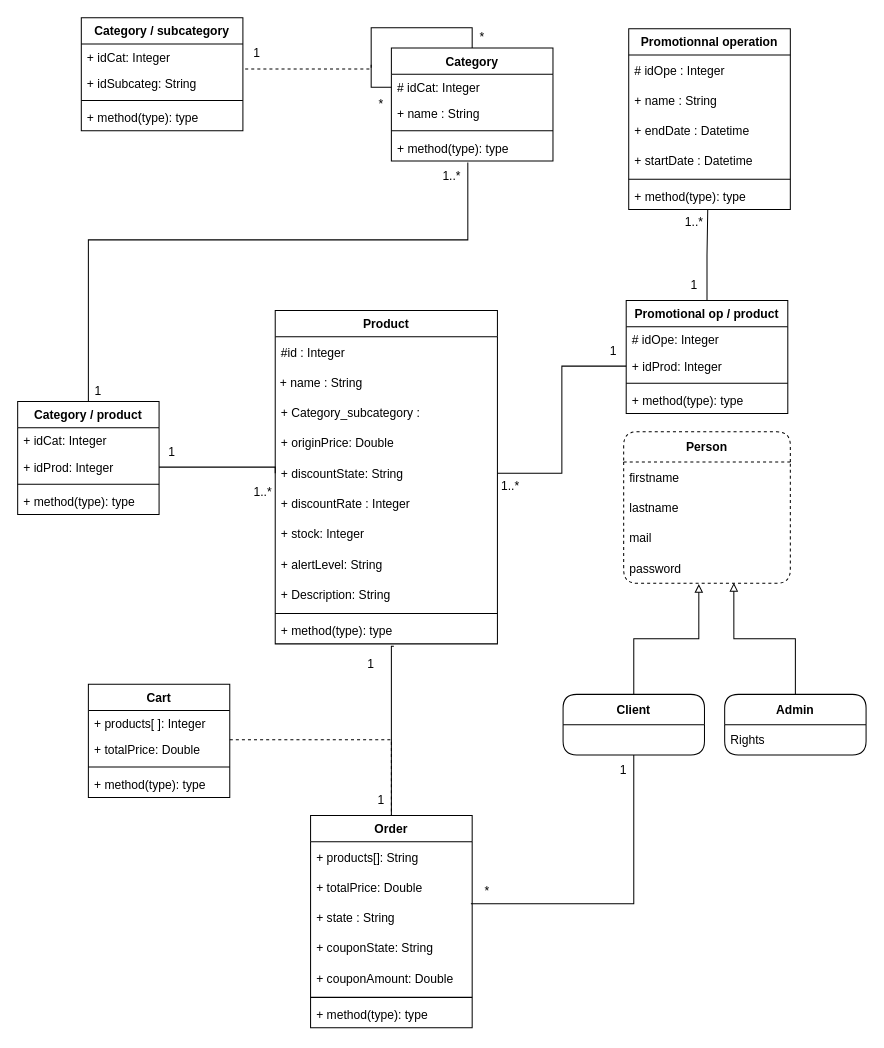
The draw.io diagram ptut8_DiagrammeDeClasse_V1.0.drawio in zbendd/ptut8, before the edit. Source tidied: cells renumbered, new cells numbered last; positions are measured from the earlier drawing's top-left corner, leaving out a move shared by most shapes. Both pictures are drawn from the tidied source at 101%, with x=0, y=0 at pixel (17, 17).
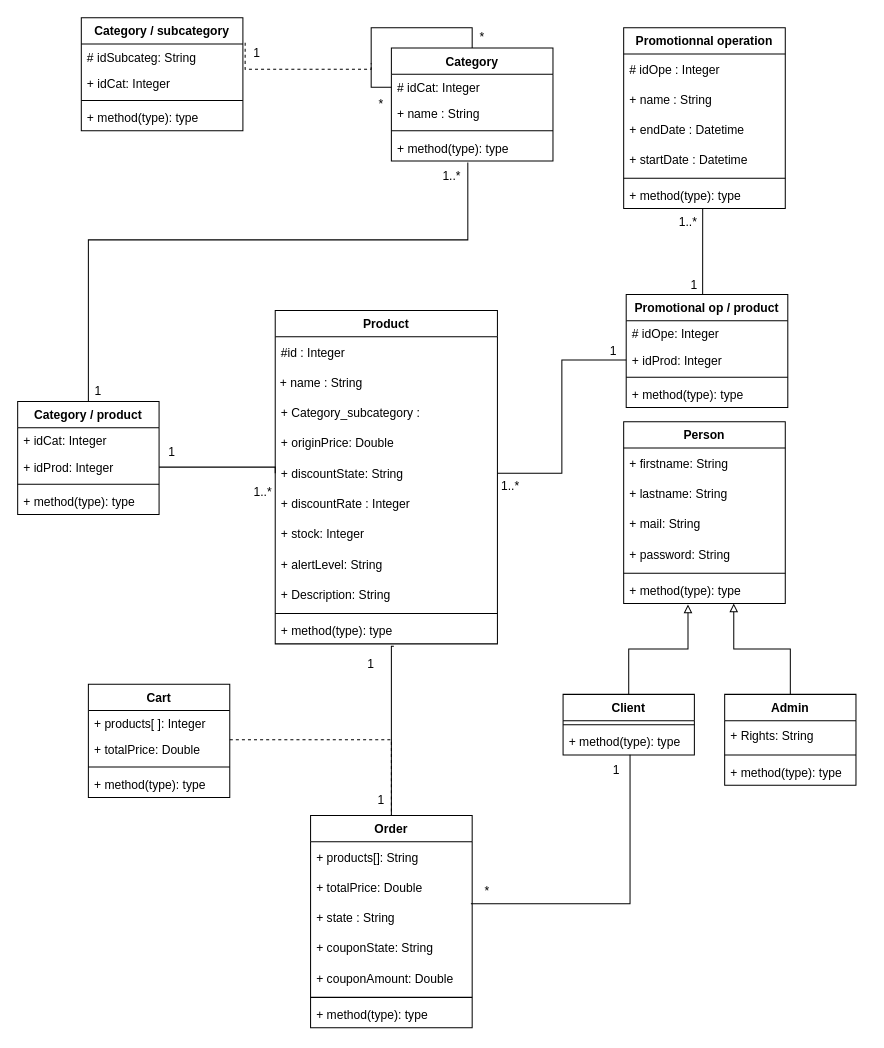
Above is the later version.

The change refers to these unchanged cells:
```xml
<mxCell id="46" value="+ method(type): type" style="text;strokeColor=none;fillColor=none;align=left;verticalAlign=top;spacingLeft=4;spacingRight=4;overflow=hidden;points=[[0,0.5],[1,0.5]];portConstraint=eastwest;" parent="40" vertex="1">
  <mxGeometry y="153" width="160" height="26" as="geometry" />
</mxCell>
<mxCell id="47" value="Category / subcategory" style="swimlane;fontStyle=1;align=center;verticalAlign=top;horizontal=1;startSize=26;" parent="1" vertex="1">
  <mxGeometry x="63" width="160" height="112" as="geometry" />
</mxCell>
<mxCell id="83" value="+ state : String" style="text;strokeColor=none;fillColor=none;align=left;verticalAlign=middle;spacingLeft=4;spacingRight=4;overflow=hidden;points=[[0,0.5],[1,0.5]];portConstraint=eastwest;" parent="80" vertex="1">
  <mxGeometry y="86" width="160" height="30" as="geometry" />
</mxCell>
```

Change to the diagram source:
```diff
@@
     <mxCell id="5" style="edgeStyle=orthogonalEdgeStyle;rounded=0;jettySize=auto;html=1;entryX=0.489;entryY=0.99;entryDx=0;entryDy=0;entryPerimeter=0;endArrow=none;endFill=0;exitX=0.5;exitY=0;exitDx=0;exitDy=0;" parent="1" edge="1" source="75" target="46">
-      <mxGeometry relative="1" as="geometry" />
+      <mxGeometry relative="1" as="geometry">
+        <Array as="points">
+          <mxPoint x="678" y="274" />
+        </Array>
+      </mxGeometry>
     </mxCell>
-    <mxCell id="6" value="Person" style="swimlane;fontStyle=1;horizontal=1;startSize=30;gradientColor=none;rounded=1;dashed=1;" parent="1" vertex="1">
-      <mxGeometry x="600" y="410" width="165" height="150" as="geometry" />
-    </mxCell>
-    <mxCell id="7" value="firstname" style="text;strokeColor=none;fillColor=none;align=left;verticalAlign=middle;spacingLeft=4;spacingRight=4;overflow=hidden;" parent="6" vertex="1">
-      <mxGeometry y="30" width="165" height="30" as="geometry" />
-    </mxCell>
-    <mxCell id="8" value="lastname" style="text;strokeColor=none;fillColor=none;align=left;verticalAlign=middle;spacingLeft=4;spacingRight=4;overflow=hidden;" parent="6" vertex="1">
-      <mxGeometry y="60" width="165" height="30" as="geometry" />
-    </mxCell>
-    <mxCell id="9" value="mail" style="text;strokeColor=none;fillColor=none;align=left;verticalAlign=middle;spacingLeft=4;spacingRight=4;overflow=hidden;" parent="6" vertex="1">
-      <mxGeometry y="90" width="165" height="30" as="geometry" />
-    </mxCell>
-    <mxCell id="10" value="password" style="text;strokeColor=none;fillColor=none;align=left;verticalAlign=middle;spacingLeft=4;spacingRight=4;overflow=hidden;points=[[0,0.5],[1,0.5]];portConstraint=eastwest;" parent="6" vertex="1">
-      <mxGeometry y="120" width="165" height="30" as="geometry" />
-    </mxCell>
@@
-    <mxCell id="12" style="edgeStyle=orthogonalEdgeStyle;rounded=0;jettySize=auto;html=1;entryX=0.992;entryY=0.042;entryDx=0;entryDy=0;entryPerimeter=0;endArrow=none;endFill=0;" parent="1" edge="1" source="14" target="83">
+    <mxCell id="12" style="edgeStyle=orthogonalEdgeStyle;rounded=0;jettySize=auto;html=1;entryX=0.992;entryY=0.042;entryDx=0;entryDy=0;entryPerimeter=0;endArrow=none;endFill=0;exitX=0.51;exitY=0.99;exitDx=0;exitDy=0;exitPerimeter=0;" parent="1" edge="1" source="89" target="83">
       <mxGeometry relative="1" as="geometry" />
     </mxCell>
-    <mxCell id="13" style="edgeStyle=orthogonalEdgeStyle;rounded=0;jettySize=auto;html=1;entryX=0.451;entryY=1.025;entryDx=0;entryDy=0;entryPerimeter=0;endArrow=block;endFill=0;" parent="1" edge="1" source="14" target="10">
+    <mxCell id="13" style="edgeStyle=orthogonalEdgeStyle;rounded=0;jettySize=auto;html=1;entryX=0.398;entryY=1.038;entryDx=0;entryDy=0;entryPerimeter=0;endArrow=block;endFill=0;exitX=0.5;exitY=0;exitDx=0;exitDy=0;" parent="1" edge="1" source="14" target="97">
       <mxGeometry relative="1" as="geometry" />
     </mxCell>
-    <mxCell id="14" value="Client" style="swimlane;fontStyle=1;horizontal=1;startSize=30;gradientColor=none;rounded=1;" parent="1" vertex="1">
-      <mxGeometry x="540" y="670" width="140" height="60" as="geometry" />
-    </mxCell>
-    <mxCell id="15" style="edgeStyle=orthogonalEdgeStyle;rounded=0;jettySize=auto;html=1;entryX=0.661;entryY=0.989;entryDx=0;entryDy=0;entryPerimeter=0;endArrow=block;endFill=0;" parent="1" edge="1" source="16" target="10">
-      <mxGeometry relative="1" as="geometry" />
+    <mxCell id="15" style="edgeStyle=orthogonalEdgeStyle;rounded=0;jettySize=auto;html=1;endArrow=block;endFill=0;exitX=0.5;exitY=0;exitDx=0;exitDy=0;" parent="1" edge="1" source="16" target="97">
+      <mxGeometry relative="1" as="geometry">
+        <Array as="points">
+          <mxPoint x="765" y="625" />
+          <mxPoint x="709" y="625" />
+        </Array>
+      </mxGeometry>
     </mxCell>
-    <mxCell id="16" value="Admin" style="swimlane;fontStyle=1;horizontal=1;startSize=30;gradientColor=none;rounded=1;" parent="1" vertex="1">
-      <mxGeometry x="700" y="670" width="140" height="60" as="geometry" />
-    </mxCell>
-    <mxCell id="17" value="Rights" style="text;strokeColor=none;fillColor=none;align=left;verticalAlign=middle;spacingLeft=4;spacingRight=4;overflow=hidden;" parent="16" vertex="1">
-      <mxGeometry y="30" width="140" height="30" as="geometry" />
-    </mxCell>
@@
     <mxCell id="29" value="1..*" style="text;html=1;strokeColor=none;fillColor=none;align=center;verticalAlign=middle;whiteSpace=wrap;rounded=0;" parent="1" vertex="1">
-      <mxGeometry x="660" y="193" width="20" height="20" as="geometry" />
+      <mxGeometry x="654" y="193" width="20" height="20" as="geometry" />
     </mxCell>
@@
     <mxCell id="33" value="1" style="text;html=1;strokeColor=none;fillColor=none;align=center;verticalAlign=middle;whiteSpace=wrap;rounded=0;" parent="1" vertex="1">
-      <mxGeometry x="590" y="730" width="20" height="30" as="geometry" />
+      <mxGeometry x="582.5" y="730" width="20" height="30" as="geometry" />
     </mxCell>
@@
     <mxCell id="40" value="Promotionnal operation" style="swimlane;fontStyle=1;align=center;verticalAlign=top;horizontal=1;startSize=26;" parent="1" vertex="1">
-      <mxGeometry x="605" y="11" width="160" height="179" as="geometry" />
+      <mxGeometry x="600" y="10" width="160" height="179" as="geometry" />
     </mxCell>
@@
+    <mxCell id="49" value="# idSubcateg: String" style="text;strokeColor=none;fillColor=none;align=left;verticalAlign=top;spacingLeft=4;spacingRight=4;overflow=hidden;points=[[0,0.5],[1,0.5]];portConstraint=eastwest;" parent="47" vertex="1">
+      <mxGeometry y="26" width="160" height="26" as="geometry" />
+    </mxCell>
     <mxCell id="48" value="+ idCat: Integer" style="text;strokeColor=none;fillColor=none;align=left;verticalAlign=top;spacingLeft=4;spacingRight=4;overflow=hidden;" parent="47" vertex="1">
-      <mxGeometry y="26" width="160" height="26" as="geometry" />
+      <mxGeometry y="52" width="160" height="26" as="geometry" />
     </mxCell>
-    <mxCell id="49" value="+ idSubcateg: String" style="text;strokeColor=none;fillColor=none;align=left;verticalAlign=top;spacingLeft=4;spacingRight=4;overflow=hidden;points=[[0,0.5],[1,0.5]];portConstraint=eastwest;" parent="47" vertex="1">
-      <mxGeometry y="52" width="160" height="26" as="geometry" />
-    </mxCell>
@@
     <mxCell id="75" value="Promotional op / product" style="swimlane;fontStyle=1;align=center;verticalAlign=top;horizontal=1;startSize=26;" parent="1" vertex="1">
-      <mxGeometry x="602.5" y="280" width="160" height="112" as="geometry" />
+      <mxGeometry x="602.5" y="274" width="160" height="112" as="geometry" />
     </mxCell>
@@
+    <mxCell id="14" value="Client" style="swimlane;fontStyle=1;align=center;verticalAlign=top;horizontal=1;startSize=26;" parent="1" vertex="1">
+      <mxGeometry x="540" y="670" width="130" height="60" as="geometry" />
+    </mxCell>
+    <mxCell id="88" style="line;strokeWidth=1;fillColor=none;align=left;verticalAlign=middle;spacingTop=-1;spacingLeft=3;spacingRight=3;labelPosition=right;" parent="14" vertex="1">
+      <mxGeometry y="26" width="130" height="8" as="geometry" />
+    </mxCell>
+    <mxCell id="89" value="+ method(type): type" style="text;strokeColor=none;fillColor=none;align=left;verticalAlign=top;spacingLeft=4;spacingRight=4;overflow=hidden;points=[[0,0.5],[1,0.5]];portConstraint=eastwest;" parent="14" vertex="1">
+      <mxGeometry y="34" width="130" height="26" as="geometry" />
+    </mxCell>
+    <mxCell id="16" value="Admin" style="swimlane;fontStyle=1;align=center;verticalAlign=top;horizontal=1;startSize=26;" parent="1" vertex="1">
+      <mxGeometry x="700" y="670" width="130" height="90" as="geometry" />
+    </mxCell>
+    <mxCell id="17" value="+ Rights: String" style="text;strokeColor=none;fillColor=none;align=left;verticalAlign=middle;spacingLeft=4;spacingRight=4;overflow=hidden;" parent="16" vertex="1">
+      <mxGeometry y="26" width="130" height="30" as="geometry" />
+    </mxCell>
+    <mxCell id="90" style="line;strokeWidth=1;fillColor=none;align=left;verticalAlign=middle;spacingTop=-1;spacingLeft=3;spacingRight=3;labelPosition=right;" parent="16" vertex="1">
+      <mxGeometry y="56" width="130" height="8" as="geometry" />
+    </mxCell>
+    <mxCell id="91" value="+ method(type): type" style="text;strokeColor=none;fillColor=none;align=left;verticalAlign=top;spacingLeft=4;spacingRight=4;overflow=hidden;" parent="16" vertex="1">
+      <mxGeometry y="64" width="130" height="26" as="geometry" />
+    </mxCell>
+    <mxCell id="6" value="Person" style="swimlane;fontStyle=1;align=center;verticalAlign=top;horizontal=1;startSize=26;" parent="1" vertex="1">
+      <mxGeometry x="600" y="400" width="160" height="180" as="geometry" />
+    </mxCell>
+    <mxCell id="92" value="+ firstname: String" style="text;strokeColor=none;fillColor=none;align=left;verticalAlign=middle;spacingLeft=4;spacingRight=4;overflow=hidden;" parent="6" vertex="1">
+      <mxGeometry y="26" width="160" height="30" as="geometry" />
+    </mxCell>
+    <mxCell id="93" value="+ lastname: String" style="text;strokeColor=none;fillColor=none;align=left;verticalAlign=middle;spacingLeft=4;spacingRight=4;overflow=hidden;" parent="6" vertex="1">
+      <mxGeometry y="56" width="160" height="30" as="geometry" />
+    </mxCell>
+    <mxCell id="94" value="+ mail: String" style="text;strokeColor=none;fillColor=none;align=left;verticalAlign=middle;spacingLeft=4;spacingRight=4;overflow=hidden;" parent="6" vertex="1">
+      <mxGeometry y="86" width="160" height="30" as="geometry" />
+    </mxCell>
+    <mxCell id="95" value="+ password: String" style="text;strokeColor=none;fillColor=none;align=left;verticalAlign=middle;spacingLeft=4;spacingRight=4;overflow=hidden;" parent="6" vertex="1">
+      <mxGeometry y="116" width="160" height="30" as="geometry" />
+    </mxCell>
+    <mxCell id="96" style="line;strokeWidth=1;fillColor=none;align=left;verticalAlign=middle;spacingTop=-1;spacingLeft=3;spacingRight=3;labelPosition=right;" parent="6" vertex="1">
+      <mxGeometry y="146" width="160" height="8" as="geometry" />
+    </mxCell>
+    <mxCell id="97" value="+ method(type): type" style="text;strokeColor=none;fillColor=none;align=left;verticalAlign=top;spacingLeft=4;spacingRight=4;overflow=hidden;points=[[0,0.5],[1,0.5]];portConstraint=eastwest;" parent="6" vertex="1">
+      <mxGeometry y="154" width="160" height="26" as="geometry" />
+    </mxCell>
```
